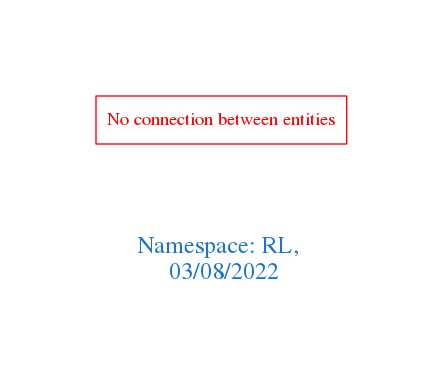
Earlier version of the Graphviz export downloads/RL.png (arago/OGIT). Its source is kept beside it as downloads/RL.dot.
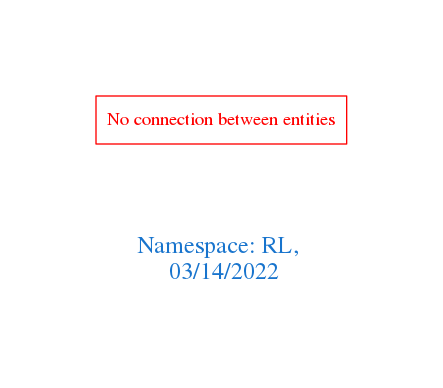
After the change.

What changed in the source:
```diff
@@ -1,7 +1,7 @@
 digraph OGIT_ontology {
  graph [ rankdir= LR,pad=1
 fontsize = 18,
-fontcolor= dodgerblue3,label = "\n\n\nNamespace: RL, \n 03/08/2022"];
+fontcolor= dodgerblue3,label = "\n\n\nNamespace: RL, \n 03/14/2022"];
 node[shape=polygon];
 edge [  color="gray81"];
 
```
